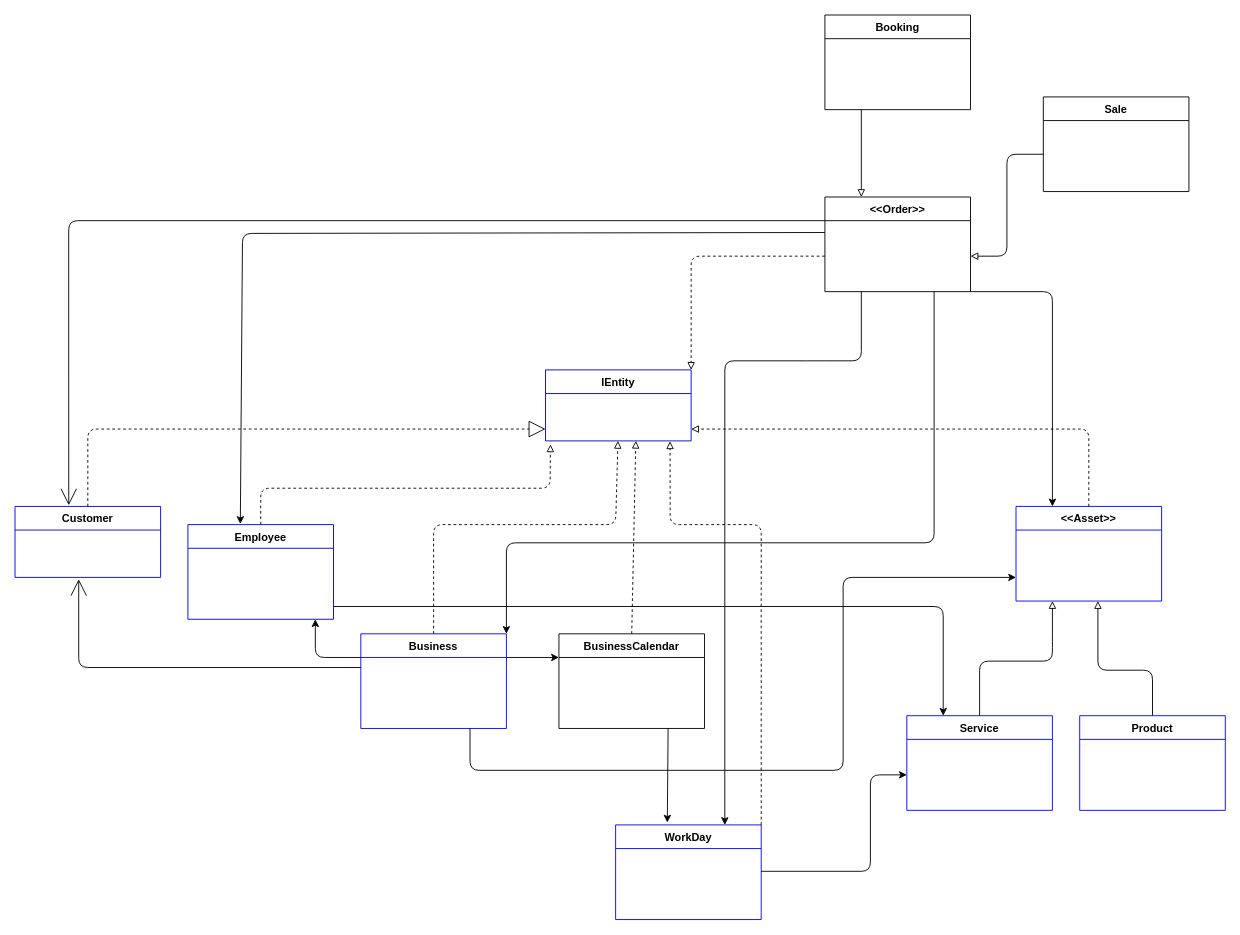
Above: docs/Domain Relationship Diagram.drawio in devcicerojr/booksa (draw.io), before the change. Source tidied: cells renumbered, new cells numbered last; positions are measured from the earlier drawing's top-left corner, leaving out a move shared by most shapes. Both pictures are drawn from the tidied source at 91%, with x=0, y=0 at pixel (15, 15).
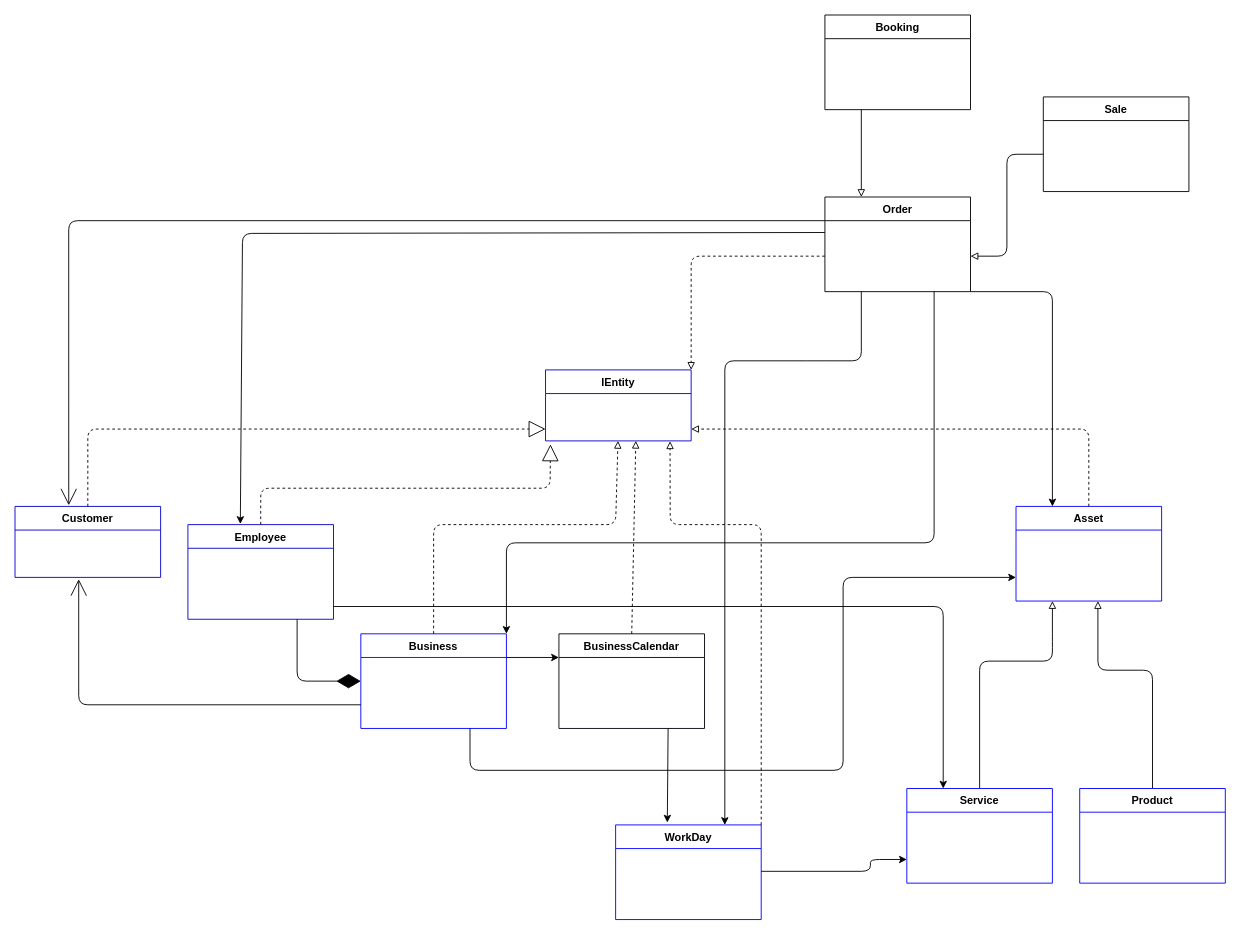
The same diagram, later.

Unchanged cells that the change refers to:
```xml
<mxCell id="5" value="Employee" style="swimlane;fontStyle=1;horizontal=1;startSize=26;rounded=0;shadow=0;strokeWidth=1;strokeColor=#0000CC;" parent="1" vertex="1">
  <mxGeometry x="190" y="560" width="160" height="104" as="geometry" />
</mxCell>
<mxCell id="13" value="Business" style="swimlane;fontStyle=1;horizontal=1;startSize=26;rounded=0;shadow=0;strokeWidth=1;strokeColor=#0000ff;" parent="1" vertex="1">
  <mxGeometry x="380" y="680" width="160" height="104" as="geometry" />
</mxCell>
```

Diff of the diagram source:
```diff
@@
-    <mxCell id="3" value="&lt;&lt;Asset&gt;&gt;" style="swimlane;fontStyle=1;horizontal=1;startSize=26;rounded=0;shadow=0;strokeWidth=1;strokeColor=#0000FF;" parent="1" vertex="1">
+    <mxCell id="3" value="Asset" style="swimlane;fontStyle=1;horizontal=1;startSize=26;rounded=0;shadow=0;strokeWidth=1;strokeColor=#0000FF;" parent="1" vertex="1">
       <mxGeometry x="1100" y="540" width="160" height="104" as="geometry" />
     </mxCell>
@@
-    <mxCell id="7" value="Service" style="swimlane;fontStyle=1;horizontal=1;startSize=26;rounded=0;shadow=0;strokeWidth=1;strokeColor=#0000FF;" parent="1" vertex="1">
-      <mxGeometry x="980" y="770" width="160" height="104" as="geometry" />
-    </mxCell>
-    <mxCell id="8" value="Product" style="swimlane;fontStyle=1;horizontal=1;startSize=26;rounded=0;shadow=0;strokeWidth=1;strokeColor=#0000FF;" parent="1" vertex="1">
-      <mxGeometry x="1170" y="770" width="160" height="104" as="geometry" />
-    </mxCell>
@@
-    <mxCell id="10" style="endArrow=block;html=1;dashed=1;endFill=0;exitX=0.5;exitY=0;exitDx=0;exitDy=0;entryX=0.034;entryY=1.148;entryDx=0;entryDy=0;entryPerimeter=0;" parent="1" edge="1" source="5">
+    <mxCell id="10" style="endArrow=block;html=1;dashed=1;endFill=0;exitX=0.5;exitY=0;exitDx=0;exitDy=0;entryX=0.034;entryY=1.148;entryDx=0;entryDy=0;entryPerimeter=0;endSize=16;" parent="1" edge="1" source="5">
       <mxGeometry relative="1" as="geometry">
         <mxPoint x="588.4" y="471.8" as="targetPoint" />
         <Array as="points">
           <mxPoint x="270" y="520" />
           <mxPoint x="588" y="520" />
         </Array>
       </mxGeometry>
     </mxCell>
@@
-    <mxCell id="17" style="endArrow=classic;html=1;exitX=0;exitY=0.25;exitDx=0;exitDy=0;" parent="1" edge="1" source="13">
-      <mxGeometry relative="1" as="geometry">
-        <mxPoint x="330" y="664" as="targetPoint" />
-        <Array as="points">
-          <mxPoint x="330" y="706" />
-        </Array>
-      </mxGeometry>
-    </mxCell>
@@
-    <mxCell id="19" value="&lt;&lt;Order&gt;&gt;" style="swimlane;fontStyle=1;horizontal=1;startSize=26;rounded=0;shadow=0;strokeWidth=1;" parent="1" vertex="1">
+    <mxCell id="19" value="Order" style="swimlane;fontStyle=1;horizontal=1;startSize=26;rounded=0;shadow=0;strokeWidth=1;" parent="1" vertex="1">
       <mxGeometry x="890" y="200" width="160" height="104" as="geometry" />
     </mxCell>
@@
-    <mxCell id="34" style="endArrow=classic;html=1;entryX=0;entryY=0.5;entryDx=0;entryDy=0;" parent="1" edge="1">
+    <mxCell id="34" style="endArrow=classic;html=1;entryX=0;entryY=0.75;entryDx=0;entryDy=0;" parent="1" edge="1" target="7">
       <mxGeometry relative="1" as="geometry">
         <mxPoint x="820" y="941" as="sourcePoint" />
-        <mxPoint x="980" y="835" as="targetPoint" />
         <Array as="points">
           <mxPoint x="940" y="941" />
-          <mxPoint x="940" y="835" />
+          <mxPoint x="940" y="928" />
         </Array>
       </mxGeometry>
     </mxCell>
-    <mxCell id="35" style="endArrow=open;html=1;endSize=16;endFill=0;" parent="1" edge="1">
+    <mxCell id="35" style="endArrow=open;html=1;endSize=16;endFill=0;exitX=0;exitY=0.75;exitDx=0;exitDy=0;" parent="1" edge="1" source="13">
       <mxGeometry relative="1" as="geometry">
-        <mxPoint x="380" y="717" as="sourcePoint" />
         <mxPoint x="70" y="620" as="targetPoint" />
         <Array as="points">
-          <mxPoint x="70" y="717" />
+          <mxPoint x="70" y="758" />
         </Array>
       </mxGeometry>
     </mxCell>
@@
+    <mxCell id="7" value="Service" style="swimlane;fontStyle=1;horizontal=1;startSize=26;rounded=0;shadow=0;strokeWidth=1;strokeColor=#0000FF;" parent="1" vertex="1">
+      <mxGeometry x="980" y="850" width="160" height="104" as="geometry" />
+    </mxCell>
+    <mxCell id="8" value="Product" style="swimlane;fontStyle=1;horizontal=1;startSize=26;rounded=0;shadow=0;strokeWidth=1;strokeColor=#0000FF;" parent="1" vertex="1">
+      <mxGeometry x="1170" y="850" width="160" height="104" as="geometry" />
+    </mxCell>
+    <mxCell id="37" style="endArrow=diamondThin;endFill=1;endSize=24;html=1;entryX=0;entryY=0.5;entryDx=0;entryDy=0;exitX=0.75;exitY=1;exitDx=0;exitDy=0;" parent="1" edge="1" source="5" target="13">
+      <mxGeometry relative="1" as="geometry">
+        <Array as="points">
+          <mxPoint x="310" y="732" />
+        </Array>
+      </mxGeometry>
+    </mxCell>
```
